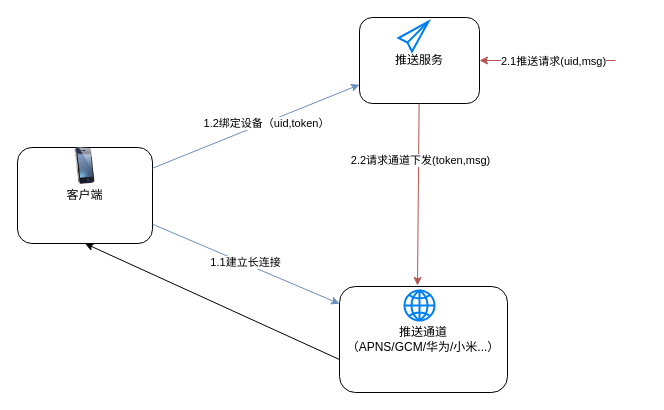
This is page "推送流程" (2 of 2) of test.drawio from joeytang/imgs, a draw.io file, before an edit. Source tidied: cells renumbered, new cells numbered last; positions are measured from the earlier drawing's top-left corner, leaving out a move shared by most shapes. Both pictures are drawn from the tidied source at 100%, with x=0, y=0 at pixel (17, 17).
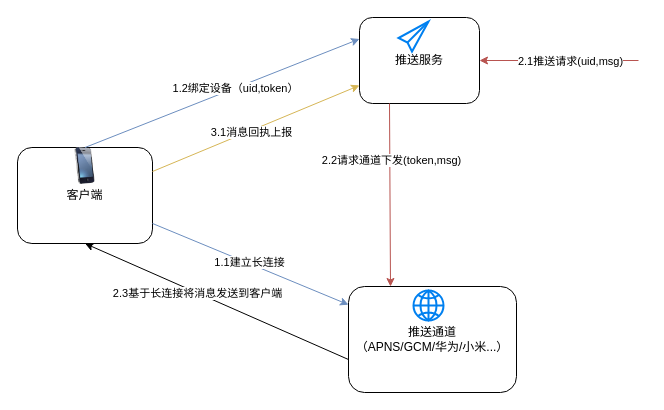
The same page after the edit.

The change refers to these unchanged cells:
```xml
<mxCell id="3" value="推送通道&lt;br&gt;（APNS/GCM/华为/小米...）" style="rounded=1;whiteSpace=wrap;html=1;" parent="2" vertex="1">
  <mxGeometry width="168" height="106" as="geometry" />
</mxCell>
<mxCell id="4" style="html=1;verticalLabelPosition=bottom;align=center;labelBackgroundColor=#ffffff;verticalAlign=top;strokeWidth=2;strokeColor=#0080F0;shadow=0;dashed=0;shape=mxgraph.ios7.icons.globe;" parent="2" vertex="1">
  <mxGeometry x="65" y="4" width="30" height="30" as="geometry" />
</mxCell>
<mxCell id="6" value="推送服务" style="rounded=1;whiteSpace=wrap;html=1;" parent="5" vertex="1">
  <mxGeometry width="120" height="86" as="geometry" />
</mxCell>
<mxCell id="9" value="客户端" style="rounded=1;whiteSpace=wrap;html=1;" parent="8" vertex="1">
  <mxGeometry width="135" height="96" as="geometry" />
</mxCell>
<mxCell id="19" style="edgeStyle=none;rounded=0;jettySize=auto;html=1;entryX=0.5;entryY=1;entryDx=0;entryDy=0;exitX=0;exitY=0.689;exitDx=0;exitDy=0;exitPerimeter=0;" parent="1" edge="1" source="3" target="9">
  <mxGeometry relative="1" as="geometry" />
</mxCell>
```

What changed in the source:
```diff
@@
     <mxCell id="2" style="group;" parent="1" vertex="1">
-      <mxGeometry x="322" y="269" width="168" height="106" as="geometry" />
+      <mxGeometry x="331" y="269" width="168" height="106" as="geometry" />
     </mxCell>
@@
-    <mxCell id="13" style="edgeStyle=none;rounded=0;jettySize=auto;html=1;fillColor=#dae8fc;strokeColor=#6c8ebf;" parent="1" edge="1" source="9" target="6">
+    <mxCell id="13" style="edgeStyle=none;rounded=0;jettySize=auto;html=1;fillColor=#dae8fc;strokeColor=#6c8ebf;exitX=0.5;exitY=0;exitDx=0;exitDy=0;entryX=0;entryY=0.25;entryDx=0;entryDy=0;" parent="1" edge="1" source="9" target="6">
       <mxGeometry relative="1" as="geometry" />
     </mxCell>
@@
     <mxCell id="15" style="endArrow=classic;html=1;entryX=1;entryY=0.5;entryDx=0;entryDy=0;fillColor=#f8cecc;strokeColor=#b85450;" parent="1" edge="1" target="6">
       <mxGeometry relative="1" as="geometry">
-        <mxPoint x="598" y="43" as="sourcePoint" />
+        <mxPoint x="621" y="43" as="sourcePoint" />
       </mxGeometry>
     </mxCell>
@@
-    <mxCell id="17" style="edgeStyle=none;rounded=0;jettySize=auto;html=1;entryX=0.433;entryY=-0.167;entryDx=0;entryDy=0;entryPerimeter=0;fillColor=#f8cecc;strokeColor=#b85450;" parent="1" edge="1" source="6" target="4">
+    <mxCell id="17" style="edgeStyle=none;rounded=0;jettySize=auto;html=1;entryX=0.25;entryY=0;entryDx=0;entryDy=0;fillColor=#f8cecc;strokeColor=#b85450;exitX=0.25;exitY=1;exitDx=0;exitDy=0;" parent="1" edge="1" source="6" target="3">
       <mxGeometry relative="1" as="geometry" />
     </mxCell>
@@
+    <mxCell id="20" value="2.3基于长连接将消息发送到客户端" style="edgeLabel;html=1;align=center;verticalAlign=middle;" parent="19" vertex="1">
+      <mxGeometry x="0.15" relative="1" as="geometry" />
+    </mxCell>
+    <mxCell id="21" style="edgeStyle=none;rounded=0;jettySize=auto;html=1;exitX=1;exitY=0.25;exitDx=0;exitDy=0;fillColor=#fff2cc;strokeColor=#d6b656;" parent="1" edge="1" source="9" target="6">
+      <mxGeometry relative="1" as="geometry" />
+    </mxCell>
+    <mxCell id="22" value="3.1消息回执上报" style="edgeLabel;html=1;align=center;verticalAlign=middle;" parent="21" vertex="1">
+      <mxGeometry x="-0.05" y="-1" relative="1" as="geometry" />
+    </mxCell>
```
